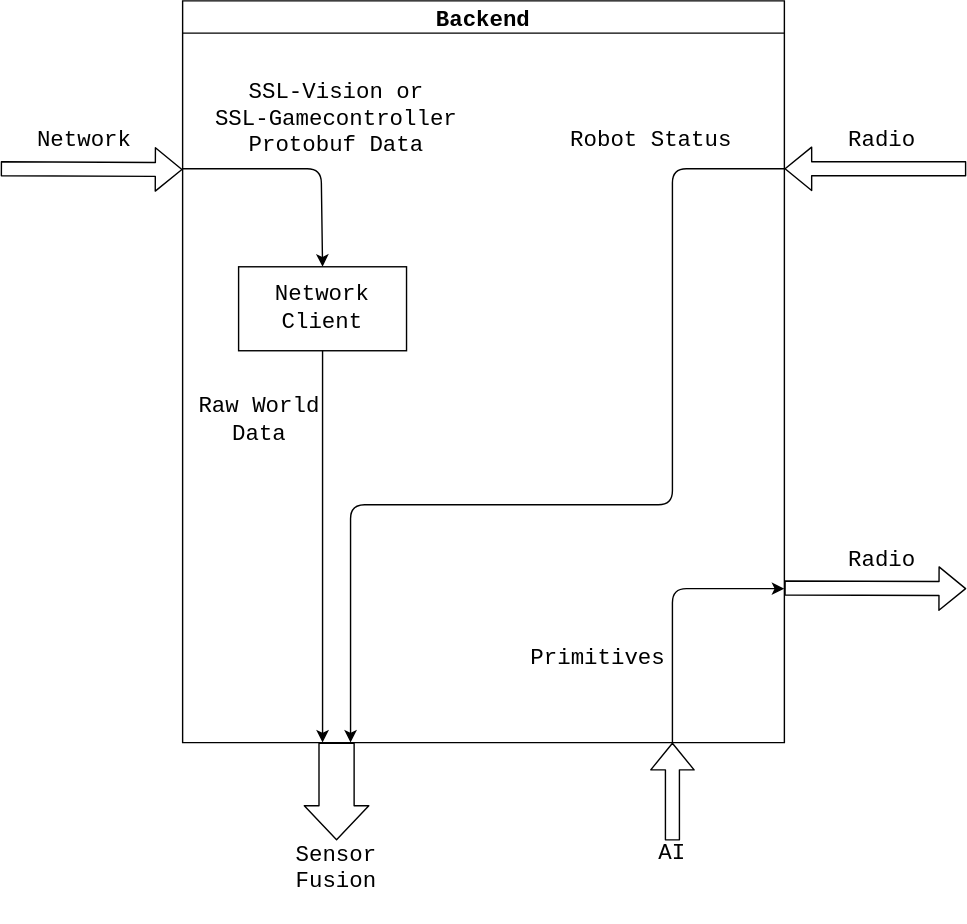
Above: docs/images/backend_diagram.svg in UBC-Thunderbots/Software (draw.io), before the change. Source tidied: cells renumbered, new cells last; positions are measured from the earlier drawing's top-left corner, leaving out a move shared by most shapes.
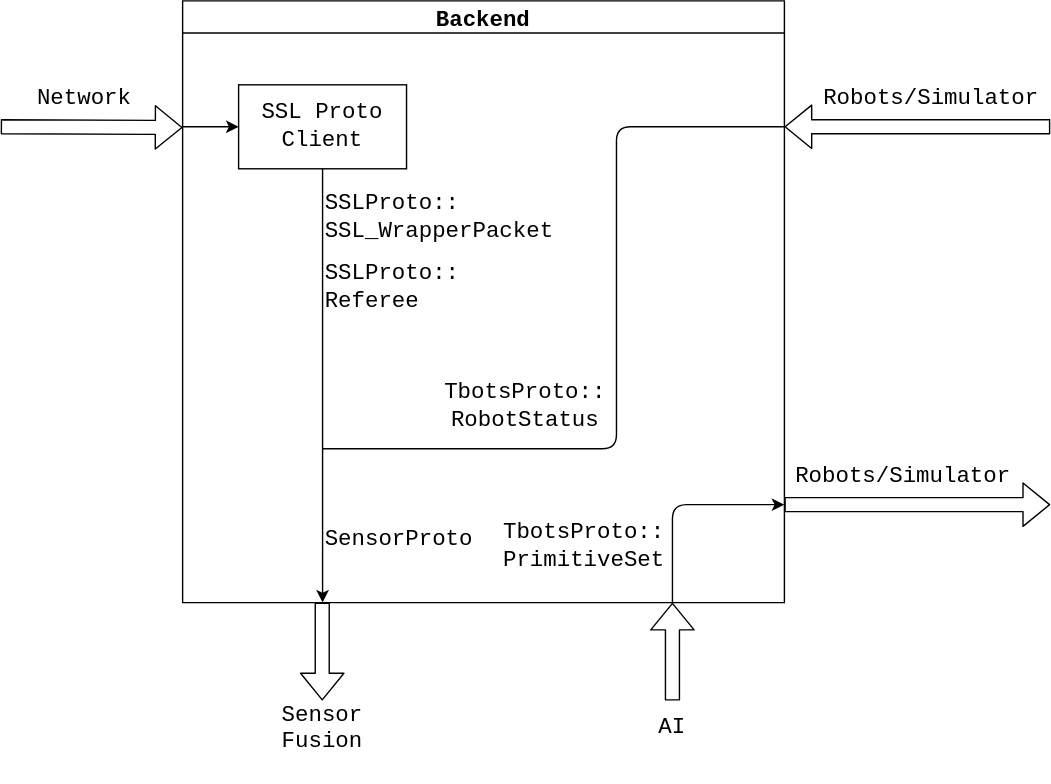
The same file after the commit.

Commit message:
Updated Simulator and Sensor Fusion Documentation (#1766)

What changed in the source:
```diff
@@ -3,51 +3,51 @@
     <mxCell id="0" />
     <mxCell id="1" parent="0" />
     <mxCell id="2" value="Backend" style="swimlane;fontFamily=Courier New;fontSize=16;" parent="1" vertex="1">
-      <mxGeometry x="130" width="430" height="530" as="geometry" />
+      <mxGeometry x="130" y="30" width="430" height="430" as="geometry" />
     </mxCell>
-    <mxCell id="3" value="Network Client" style="rounded=0;whiteSpace=wrap;html=1;fontFamily=Courier New;fontSize=16;" parent="2" vertex="1">
-      <mxGeometry x="40" y="190" width="120" height="60" as="geometry" />
+    <mxCell id="3" value="SSL Proto Client" style="rounded=0;whiteSpace=wrap;html=1;fontFamily=Courier New;fontSize=16;" parent="2" vertex="1">
+      <mxGeometry x="40" y="60" width="120" height="60" as="geometry" />
     </mxCell>
-    <mxCell id="4" style="endArrow=classic;html=1;fontFamily=Courier New;fontSize=16;entryX=0.5;entryY=0;entryDx=0;entryDy=0;" parent="2" edge="1" target="3">
+    <mxCell id="4" style="endArrow=classic;html=1;fontFamily=Courier New;fontSize=16;entryX=0;entryY=0.5;entryDx=0;entryDy=0;" parent="2" edge="1" target="3">
       <mxGeometry relative="1" as="geometry">
-        <mxPoint y="120" as="sourcePoint" />
-        <Array as="points">
-          <mxPoint x="99" y="120" />
-        </Array>
+        <mxPoint y="90" as="sourcePoint" />
       </mxGeometry>
     </mxCell>
-    <mxCell id="5" value="&lt;div&gt;SSL-Vision or&lt;/div&gt;&lt;div&gt;SSL-Gamecontroller Protobuf Data&lt;/div&gt;" style="text;html=1;strokeColor=none;fillColor=none;align=center;verticalAlign=middle;whiteSpace=wrap;rounded=0;fontFamily=Courier New;fontSize=16;" parent="2" vertex="1">
-      <mxGeometry x="10" y="50" width="200" height="70" as="geometry" />
-    </mxCell>
-    <mxCell id="6" style="endArrow=classic;html=1;fontFamily=Courier New;fontSize=16;" parent="2" edge="1">
+    <mxCell id="6" style="endArrow=none;html=1;fontFamily=Courier New;fontSize=16;endFill=0;" parent="2" edge="1">
       <mxGeometry relative="1" as="geometry">
-        <mxPoint x="430" y="120" as="sourcePoint" />
-        <mxPoint x="120" y="530" as="targetPoint" />
+        <mxPoint x="430" y="90" as="sourcePoint" />
+        <mxPoint x="100" y="320" as="targetPoint" />
         <Array as="points">
-          <mxPoint x="350" y="120" />
-          <mxPoint x="350" y="360" />
-          <mxPoint x="120" y="360" />
+          <mxPoint x="310" y="90" />
+          <mxPoint x="310" y="320" />
+          <mxPoint x="120" y="320" />
         </Array>
       </mxGeometry>
     </mxCell>
-    <mxCell id="7" value="Raw World Data" style="text;html=1;strokeColor=none;fillColor=none;align=center;verticalAlign=middle;whiteSpace=wrap;rounded=0;fontFamily=Courier New;fontSize=16;" parent="2" vertex="1">
-      <mxGeometry x="10" y="290" width="90" height="20" as="geometry" />
+    <mxCell id="7" value="SSLProto:: SSL_WrapperPacket" style="text;html=1;strokeColor=none;fillColor=none;align=left;verticalAlign=middle;whiteSpace=wrap;rounded=0;fontFamily=Courier New;fontSize=16;whiteSpace=wrap;html=1;" parent="2" vertex="1">
+      <mxGeometry x="100" y="130" width="90" height="50" as="geometry" />
     </mxCell>
-    <mxCell id="8" value="Robot Status" style="text;html=1;strokeColor=none;fillColor=none;align=center;verticalAlign=middle;whiteSpace=wrap;rounded=0;fontFamily=Courier New;fontSize=16;" parent="2" vertex="1">
-      <mxGeometry x="250" y="90" width="170" height="20" as="geometry" />
+    <mxCell id="8" value="TbotsProto:: RobotStatus" style="text;html=1;strokeColor=none;fillColor=none;align=center;verticalAlign=middle;whiteSpace=wrap;rounded=0;fontFamily=Courier New;fontSize=16;" parent="2" vertex="1">
+      <mxGeometry x="190" y="270" width="110" height="40" as="geometry" />
     </mxCell>
     <mxCell id="9" style="endArrow=classic;html=1;fontFamily=Courier New;fontSize=16;" parent="2" edge="1">
       <mxGeometry relative="1" as="geometry">
-        <mxPoint x="350" y="530" as="sourcePoint" />
-        <mxPoint x="430" y="420" as="targetPoint" />
+        <mxPoint x="350" y="430" as="sourcePoint" />
+        <mxPoint x="430" y="360" as="targetPoint" />
         <Array as="points">
-          <mxPoint x="350" y="420" />
+          <mxPoint x="350" y="360" />
         </Array>
       </mxGeometry>
     </mxCell>
-    <mxCell id="10" value="Primitives" style="text;html=1;strokeColor=none;fillColor=none;align=center;verticalAlign=middle;whiteSpace=wrap;rounded=0;fontFamily=Courier New;fontSize=16;" parent="2" vertex="1">
-      <mxGeometry x="240" y="460" width="114" height="20" as="geometry" />
+    <mxCell id="10" value="TbotsProto:: PrimitiveSet" style="text;html=1;strokeColor=none;fillColor=none;align=center;verticalAlign=middle;whiteSpace=wrap;rounded=0;fontFamily=Courier New;fontSize=16;" parent="2" vertex="1">
+      <mxGeometry x="230" y="380" width="114" height="20" as="geometry" />
     </mxCell>
+    <mxCell id="22" value="SSLProto:: Referee" style="text;html=1;strokeColor=none;fillColor=none;align=left;verticalAlign=middle;whiteSpace=wrap;rounded=0;fontFamily=Courier New;fontSize=16;whiteSpace=wrap;html=1;" parent="2" vertex="1">
+      <mxGeometry x="100" y="180" width="90" height="50" as="geometry" />
+    </mxCell>
+    <mxCell id="23" value="SensorProto" style="text;html=1;strokeColor=none;fillColor=none;align=left;verticalAlign=middle;whiteSpace=wrap;rounded=0;fontFamily=Courier New;fontSize=16;whiteSpace=wrap;html=1;" parent="2" vertex="1">
+      <mxGeometry x="100" y="370" width="90" height="30" as="geometry" />
+    </mxCell>
     <mxCell id="11" style="shape=flexArrow;endArrow=classic;html=1;fontFamily=Courier New;" parent="1" edge="1">
       <mxGeometry relative="1" as="geometry">
         <mxPoint y="120" as="sourcePoint" />
@@ -59,43 +59,44 @@
     </mxCell>
     <mxCell id="13" style="shape=flexArrow;endArrow=classic;html=1;fontFamily=Courier New;fontSize=16;" parent="1" edge="1">
       <mxGeometry relative="1" as="geometry">
-        <mxPoint x="690" y="120" as="sourcePoint" />
+        <mxPoint x="750" y="120" as="sourcePoint" />
         <mxPoint x="560" y="120" as="targetPoint" />
       </mxGeometry>
     </mxCell>
-    <mxCell id="14" value="Radio" style="text;html=1;strokeColor=none;fillColor=none;align=center;verticalAlign=middle;whiteSpace=wrap;rounded=0;fontFamily=Courier New;fontSize=16;" parent="1" vertex="1">
-      <mxGeometry x="600" y="90" width="60" height="20" as="geometry" />
+    <mxCell id="14" value="Robots/Simulator" style="text;html=1;strokeColor=none;fillColor=none;align=center;verticalAlign=middle;whiteSpace=wrap;rounded=0;fontFamily=Courier New;fontSize=16;" parent="1" vertex="1">
+      <mxGeometry x="600" y="90" width="130" height="20" as="geometry" />
     </mxCell>
-    <mxCell id="15" style="shape=flexArrow;endArrow=classic;html=1;fontFamily=Courier New;fontSize=16;" parent="1" edge="1">
-      <mxGeometry relative="1" as="geometry">
-        <mxPoint x="560" y="419.5" as="sourcePoint" />
-        <mxPoint x="690" y="420" as="targetPoint" />
-      </mxGeometry>
-    </mxCell>
-    <mxCell id="16" value="Radio" style="text;html=1;strokeColor=none;fillColor=none;align=center;verticalAlign=middle;whiteSpace=wrap;rounded=0;fontFamily=Courier New;fontSize=16;" parent="1" vertex="1">
-      <mxGeometry x="600" y="390" width="60" height="20" as="geometry" />
-    </mxCell>
-    <mxCell id="17" style="shape=flexArrow;endArrow=classic;html=1;fontFamily=Courier New;fontSize=16;width=25.100671140939596;endSize=7.787919463087248;" parent="1" edge="1">
-      <mxGeometry relative="1" as="geometry">
-        <mxPoint x="240" y="530" as="sourcePoint" />
-        <mxPoint x="240" y="600" as="targetPoint" />
-      </mxGeometry>
-    </mxCell>
     <mxCell id="18" value="&lt;div&gt;Sensor Fusion&lt;/div&gt;&lt;div&gt;&lt;br&gt;&lt;/div&gt;" style="text;html=1;strokeColor=none;fillColor=none;align=center;verticalAlign=middle;whiteSpace=wrap;rounded=0;fontFamily=Courier New;fontSize=16;" parent="1" vertex="1">
-      <mxGeometry x="220" y="620" width="40" height="20" as="geometry" />
+      <mxGeometry x="210" y="550" width="40" height="20" as="geometry" />
     </mxCell>
-    <mxCell id="19" style="shape=flexArrow;endArrow=classic;html=1;fontFamily=Courier New;fontSize=16;exitX=0.5;exitY=0;exitDx=0;exitDy=0;" parent="1" edge="1" source="20">
+    <mxCell id="19" style="shape=flexArrow;endArrow=classic;html=1;fontFamily=Courier New;fontSize=16;" parent="1" edge="1">
       <mxGeometry relative="1" as="geometry">
-        <mxPoint x="480" y="530" as="targetPoint" />
+        <mxPoint x="480" y="530" as="sourcePoint" />
+        <mxPoint x="480" y="460" as="targetPoint" />
       </mxGeometry>
     </mxCell>
     <mxCell id="20" value="AI" style="text;html=1;strokeColor=none;fillColor=none;align=center;verticalAlign=middle;whiteSpace=wrap;rounded=0;fontFamily=Courier New;fontSize=16;" parent="1" vertex="1">
-      <mxGeometry x="460" y="600" width="40" height="20" as="geometry" />
+      <mxGeometry x="460" y="540" width="40" height="20" as="geometry" />
     </mxCell>
     <mxCell id="21" style="edgeStyle=orthogonalEdgeStyle;rounded=0;jettySize=auto;html=1;" parent="1" edge="1" source="3">
       <mxGeometry relative="1" as="geometry">
-        <mxPoint x="230" y="530" as="targetPoint" />
+        <mxPoint x="230" y="460" as="targetPoint" />
       </mxGeometry>
     </mxCell>
+    <mxCell id="24" style="shape=flexArrow;endArrow=none;html=1;fontFamily=Courier New;fontSize=16;endFill=0;startArrow=block;" parent="1" edge="1">
+      <mxGeometry relative="1" as="geometry">
+        <mxPoint x="750" y="390" as="sourcePoint" />
+        <mxPoint x="560" y="390" as="targetPoint" />
+      </mxGeometry>
+    </mxCell>
+    <mxCell id="25" style="shape=flexArrow;endArrow=none;html=1;fontFamily=Courier New;fontSize=16;exitX=0.5;exitY=0;exitDx=0;exitDy=0;endFill=0;startArrow=block;" parent="1" edge="1">
+      <mxGeometry relative="1" as="geometry">
+        <mxPoint x="229.8" y="530" as="sourcePoint" />
+        <mxPoint x="229.8" y="460" as="targetPoint" />
+      </mxGeometry>
+    </mxCell>
+    <mxCell id="26" value="Robots/Simulator" style="text;html=1;strokeColor=none;fillColor=none;align=center;verticalAlign=middle;whiteSpace=wrap;rounded=0;fontFamily=Courier New;fontSize=16;" parent="1" vertex="1">
+      <mxGeometry x="580" y="360" width="130" height="20" as="geometry" />
+    </mxCell>
   </root>
 </mxGraphModel>
```
